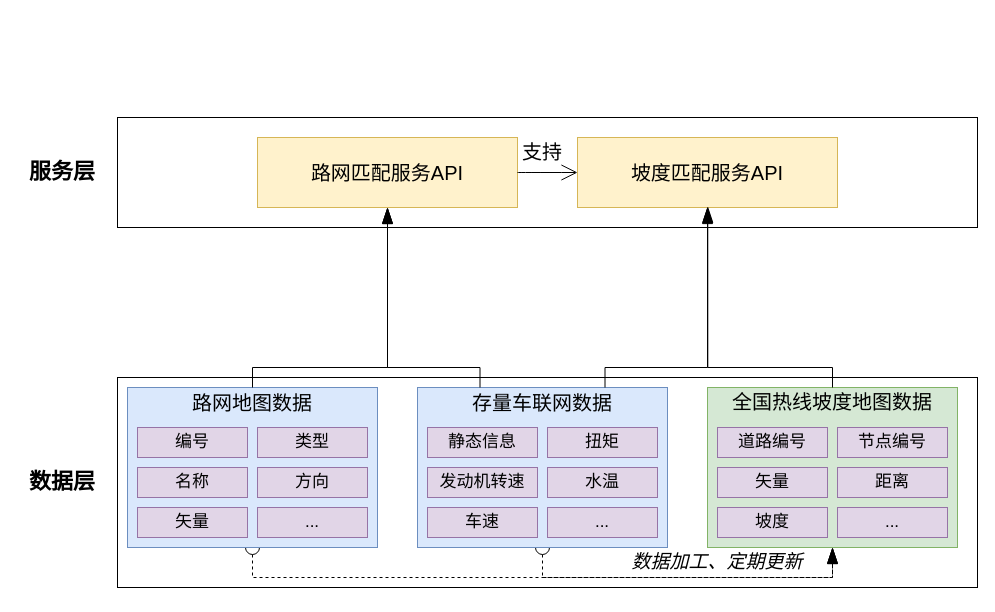
Before: 车联网数据地理信息匹配服务.drawio in wangwuhua11/draw, a draw.io diagram. Source tidied: cells renumbered, new cells numbered last; positions are measured from the earlier drawing's top-left corner, leaving out a move shared by most shapes. Both pictures are drawn from the tidied source at 100%, with x=0, y=0 at pixel (27, 117).
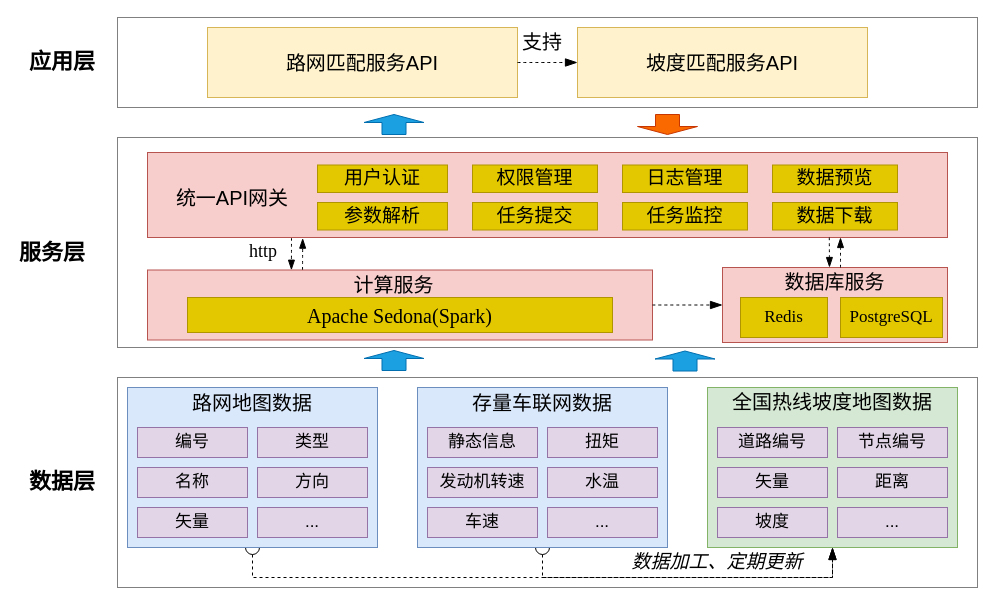
Above is the later version.

Commit message (it also covers changes not shown here):
更新车联网数据地理信息匹配服务.drawio

Unchanged cells that the change refers to:
```xml
<mxCell id="4" style="rounded=0;whiteSpace=wrap;html=1;fontFamily=宋体;fillColor=#d5e8d4;strokeColor=#82b366;" parent="1" vertex="1">
  <mxGeometry x="680" y="270" width="250" height="160" as="geometry" />
</mxCell>
<mxCell id="9" style="rounded=0;whiteSpace=wrap;html=1;fontFamily=宋体;fillColor=#dae8fc;strokeColor=#6c8ebf;" parent="1" vertex="1">
  <mxGeometry x="390" y="270" width="250" height="160" as="geometry" />
</mxCell>
<mxCell id="10" style="rounded=0;whiteSpace=wrap;html=1;fontFamily=宋体;fillColor=#dae8fc;strokeColor=#6c8ebf;" parent="1" vertex="1">
  <mxGeometry x="100" y="270" width="250" height="160" as="geometry" />
</mxCell>
```

Change to the diagram source:
```diff
@@
+    <mxCell id="41" style="rounded=0;whiteSpace=wrap;html=1;fontFamily=Architects Daughter;fillColor=none;strokeWidth=1;strokeColor=#808080;" parent="1" vertex="1">
+      <mxGeometry x="90" y="20" width="860" height="210" as="geometry" />
+    </mxCell>
-    <mxCell id="2" style="rounded=0;whiteSpace=wrap;html=1;fontFamily=Architects Daughter;fillColor=none;strokeWidth=1;" parent="1" vertex="1">
-      <mxGeometry x="90" width="860" height="110" as="geometry" />
+    <mxCell id="2" style="rounded=0;whiteSpace=wrap;html=1;fontFamily=Architects Daughter;fillColor=none;strokeWidth=1;strokeColor=#808080;" parent="1" vertex="1">
+      <mxGeometry x="90" y="-100" width="860" height="90" as="geometry" />
     </mxCell>
-    <mxCell id="3" style="rounded=0;whiteSpace=wrap;html=1;fontFamily=Architects Daughter;fillColor=none;strokeWidth=1;" parent="1" vertex="1">
+    <mxCell id="3" style="rounded=0;whiteSpace=wrap;html=1;fontFamily=Architects Daughter;fillColor=none;strokeWidth=1;strokeColor=#808080;" parent="1" vertex="1">
       <mxGeometry x="90" y="260" width="860" height="210" as="geometry" />
     </mxCell>
@@
-    <mxCell id="5" style="edgeStyle=orthogonalEdgeStyle;jettySize=auto;html=1;rounded=0;fontFamily=Architects Daughter;fontSize=16;startSize=14;endArrow=blockThin;endSize=14;sourcePerimeterSpacing=8;targetPerimeterSpacing=8;endFill=1;exitX=0.5;exitY=1;exitDx=0;exitDy=0;dashed=1;startArrow=oval;startFill=0;" parent="1" edge="1" source="10">
+    <mxCell id="5" style="edgeStyle=orthogonalEdgeStyle;jettySize=auto;html=1;rounded=0;fontFamily=Architects Daughter;fontSize=16;startSize=14;endArrow=blockThin;endSize=10;sourcePerimeterSpacing=8;targetPerimeterSpacing=8;endFill=1;exitX=0.5;exitY=1;exitDx=0;exitDy=0;dashed=1;startArrow=oval;startFill=0;" parent="1" edge="1" source="10">
       <mxGeometry relative="1" as="geometry">
         <mxPoint x="805" y="430" as="targetPoint" />
         <Array as="points">
           <mxPoint x="225" y="460" />
           <mxPoint x="805" y="460" />
         </Array>
       </mxGeometry>
     </mxCell>
-    <mxCell id="6" style="edgeStyle=orthogonalEdgeStyle;jettySize=auto;html=1;rounded=0;fontFamily=Architects Daughter;fontSize=16;startSize=14;endArrow=blockThin;endSize=14;sourcePerimeterSpacing=8;targetPerimeterSpacing=8;endFill=1;exitX=0.5;exitY=1;exitDx=0;exitDy=0;entryX=0.5;entryY=1;entryDx=0;entryDy=0;dashed=1;startArrow=oval;startFill=0;" parent="1" edge="1" source="9" target="4">
+    <mxCell id="6" style="edgeStyle=orthogonalEdgeStyle;jettySize=auto;html=1;rounded=0;fontFamily=Architects Daughter;fontSize=16;startSize=14;endArrow=blockThin;endSize=10;sourcePerimeterSpacing=8;targetPerimeterSpacing=8;endFill=1;exitX=0.5;exitY=1;exitDx=0;exitDy=0;entryX=0.5;entryY=1;entryDx=0;entryDy=0;dashed=1;startArrow=oval;startFill=0;" parent="1" edge="1" source="9" target="4">
       <mxGeometry relative="1" as="geometry">
         <Array as="points">
           <mxPoint x="515" y="460" />
           <mxPoint x="805" y="460" />
         </Array>
       </mxGeometry>
     </mxCell>
@@
     <mxCell id="8" value="&lt;font style=&quot;font-size: 20px;&quot;&gt;路网匹配服务API&lt;/font&gt;" style="rounded=0;whiteSpace=wrap;html=1;fontFamily=宋体;fillColor=#fff2cc;strokeColor=#d6b656;" parent="1" vertex="1">
-      <mxGeometry x="230" y="20" width="260" height="70" as="geometry" />
+      <mxGeometry x="180" y="-90" width="310" height="70" as="geometry" />
     </mxCell>
@@
     <mxCell id="11" value="&lt;font style=&quot;font-size: 20px;&quot;&gt;坡度匹配服务API&lt;/font&gt;" style="rounded=0;whiteSpace=wrap;html=1;fontFamily=宋体;fillColor=#fff2cc;strokeColor=#d6b656;" parent="1" vertex="1">
-      <mxGeometry x="550" y="20" width="260" height="70" as="geometry" />
+      <mxGeometry x="550" y="-90" width="290" height="70" as="geometry" />
     </mxCell>
@@
-    <mxCell id="13" value="&lt;b&gt;&lt;font style=&quot;font-size: 22px;&quot; face=&quot;宋体&quot;&gt;服务层&lt;/font&gt;&lt;/b&gt;" style="text;strokeColor=none;fillColor=none;html=1;align=center;verticalAlign=middle;whiteSpace=wrap;rounded=0;fontSize=20;fontFamily=Architects Daughter;" parent="1" vertex="1">
-      <mxGeometry y="40" width="70" height="30" as="geometry" />
+    <mxCell id="13" value="&lt;b&gt;&lt;font style=&quot;font-size: 22px;&quot; face=&quot;宋体&quot;&gt;应用层&lt;/font&gt;&lt;/b&gt;" style="text;strokeColor=none;fillColor=none;html=1;align=center;verticalAlign=middle;whiteSpace=wrap;rounded=0;fontSize=20;fontFamily=Architects Daughter;" parent="1" vertex="1">
+      <mxGeometry y="-70" width="70" height="30" as="geometry" />
     </mxCell>
-    <mxCell id="14" style="edgeStyle=none;jettySize=auto;html=1;rounded=0;fontFamily=Architects Daughter;fontSize=16;startSize=14;endArrow=open;endSize=14;sourcePerimeterSpacing=8;targetPerimeterSpacing=8;curved=1;exitX=1;exitY=0.5;exitDx=0;exitDy=0;entryX=0;entryY=0.5;entryDx=0;entryDy=0;" parent="1" edge="1" source="8" target="11">
+    <mxCell id="14" style="edgeStyle=none;jettySize=auto;html=1;rounded=0;fontFamily=Architects Daughter;fontSize=16;startSize=14;endArrow=blockThin;endSize=10;sourcePerimeterSpacing=8;targetPerimeterSpacing=8;curved=1;exitX=1;exitY=0.5;exitDx=0;exitDy=0;entryX=0;entryY=0.5;entryDx=0;entryDy=0;dashed=1;endFill=1;" parent="1" edge="1" source="8" target="11">
       <mxGeometry relative="1" as="geometry" />
     </mxCell>
     <mxCell id="15" value="&lt;font face=&quot;宋体&quot;&gt;支持&lt;/font&gt;" style="text;strokeColor=none;fillColor=none;html=1;align=center;verticalAlign=middle;whiteSpace=wrap;rounded=0;fontSize=20;fontFamily=Architects Daughter;" parent="1" vertex="1">
-      <mxGeometry x="490" y="20" width="50" height="30" as="geometry" />
+      <mxGeometry x="490" y="-90" width="50" height="30" as="geometry" />
     </mxCell>
-    <mxCell id="16" style="edgeStyle=orthogonalEdgeStyle;jettySize=auto;html=1;rounded=0;fontFamily=Architects Daughter;fontSize=16;startSize=14;endArrow=blockThin;endSize=14;sourcePerimeterSpacing=8;targetPerimeterSpacing=8;exitX=0.5;exitY=0;exitDx=0;exitDy=0;entryX=0.5;entryY=1;entryDx=0;entryDy=0;endFill=1;startArrow=none;startFill=0;" parent="1" edge="1" source="10" target="8">
-      <mxGeometry relative="1" as="geometry">
-        <Array as="points">
-          <mxPoint x="225" y="250" />
-          <mxPoint x="360" y="250" />
-        </Array>
-      </mxGeometry>
-    </mxCell>
-    <mxCell id="17" style="edgeStyle=orthogonalEdgeStyle;jettySize=auto;html=1;rounded=0;fontFamily=Architects Daughter;fontSize=16;startSize=14;endArrow=blockThin;endSize=14;sourcePerimeterSpacing=8;targetPerimeterSpacing=8;exitX=0.25;exitY=0;exitDx=0;exitDy=0;entryX=0.5;entryY=1;entryDx=0;entryDy=0;endFill=1;" parent="1" edge="1" source="9" target="8">
-      <mxGeometry relative="1" as="geometry">
-        <Array as="points">
-          <mxPoint x="453" y="250" />
-          <mxPoint x="360" y="250" />
-        </Array>
-      </mxGeometry>
-    </mxCell>
-    <mxCell id="18" style="edgeStyle=orthogonalEdgeStyle;jettySize=auto;html=1;rounded=0;fontFamily=Architects Daughter;fontSize=16;startSize=14;endArrow=blockThin;endSize=14;sourcePerimeterSpacing=8;targetPerimeterSpacing=8;exitX=0.75;exitY=0;exitDx=0;exitDy=0;entryX=0.5;entryY=1;entryDx=0;entryDy=0;endFill=1;" parent="1" edge="1" source="9" target="11">
-      <mxGeometry relative="1" as="geometry">
-        <Array as="points">
-          <mxPoint x="578" y="250" />
-          <mxPoint x="680" y="250" />
-        </Array>
-      </mxGeometry>
-    </mxCell>
-    <mxCell id="19" style="edgeStyle=orthogonalEdgeStyle;jettySize=auto;html=1;rounded=0;fontFamily=Architects Daughter;fontSize=16;startSize=14;endArrow=blockThin;endSize=14;sourcePerimeterSpacing=8;targetPerimeterSpacing=8;exitX=0.5;exitY=0;exitDx=0;exitDy=0;endFill=1;entryX=0.501;entryY=0.984;entryDx=0;entryDy=0;entryPerimeter=0;" parent="1" edge="1" source="4" target="11">
-      <mxGeometry relative="1" as="geometry">
-        <Array as="points">
-          <mxPoint x="805" y="250" />
-          <mxPoint x="680" y="250" />
-        </Array>
-      </mxGeometry>
-    </mxCell>
@@
+    <mxCell id="42" style="rounded=0;whiteSpace=wrap;html=1;fontFamily=宋体;fillColor=#f8cecc;strokeColor=#b85450;" parent="1" vertex="1">
+      <mxGeometry x="120" y="152.5" width="505" height="70" as="geometry" />
+    </mxCell>
+    <mxCell id="43" style="rounded=0;whiteSpace=wrap;html=1;fontFamily=Times New Roman;fillColor=#f8cecc;strokeColor=#b85450;" parent="1" vertex="1">
+      <mxGeometry x="695" y="150" width="225" height="75" as="geometry" />
+    </mxCell>
+    <mxCell id="44" style="rounded=0;whiteSpace=wrap;html=1;fontFamily=宋体;fillColor=#f8cecc;strokeColor=#b85450;" parent="1" vertex="1">
+      <mxGeometry x="120" y="35" width="800" height="85" as="geometry" />
+    </mxCell>
+    <mxCell id="45" value="Redis" style="rounded=0;whiteSpace=wrap;html=1;fontFamily=Times New Roman;fontSize=17;fillColor=#e3c800;fontColor=#000000;strokeColor=#B09500;" parent="1" vertex="1">
+      <mxGeometry x="713" y="180" width="87" height="40" as="geometry" />
+    </mxCell>
+    <mxCell id="46" value="PostgreSQL" style="rounded=0;whiteSpace=wrap;html=1;fontFamily=Times New Roman;fontSize=17;fillColor=#e3c800;fontColor=#000000;strokeColor=#B09500;" parent="1" vertex="1">
+      <mxGeometry x="813" y="180" width="102" height="40" as="geometry" />
+    </mxCell>
+    <mxCell id="47" value="&lt;font face=&quot;宋体&quot;&gt;数据库服务&lt;/font&gt;" style="text;strokeColor=none;fillColor=none;html=1;align=center;verticalAlign=middle;whiteSpace=wrap;rounded=0;fontSize=20;fontFamily=Architects Daughter;" parent="1" vertex="1">
+      <mxGeometry x="749" y="150" width="117" height="30" as="geometry" />
+    </mxCell>
+    <mxCell id="48" value="&lt;span style=&quot;font-family: &amp;quot;Times New Roman&amp;quot;; font-size: 20px;&quot;&gt;Apache Sedona(Spark)&lt;/span&gt;" style="rounded=0;whiteSpace=wrap;html=1;fontFamily=Architects Daughter;fillColor=#e3c800;fontColor=#000000;strokeColor=#B09500;" parent="1" vertex="1">
+      <mxGeometry x="160" y="180" width="425" height="35" as="geometry" />
+    </mxCell>
+    <mxCell id="49" value="&lt;font face=&quot;宋体&quot;&gt;计算服务&lt;/font&gt;" style="text;strokeColor=none;fillColor=none;html=1;align=center;verticalAlign=middle;whiteSpace=wrap;rounded=0;fontSize=20;fontFamily=Architects Daughter;" parent="1" vertex="1">
+      <mxGeometry x="308" y="152.5" width="117" height="30" as="geometry" />
+    </mxCell>
+    <mxCell id="50" value="&lt;font style=&quot;font-size: 18px;&quot; face=&quot;Times New Roman&quot;&gt;http&lt;/font&gt;" style="text;strokeColor=none;fillColor=none;html=1;align=center;verticalAlign=middle;whiteSpace=wrap;rounded=0;fontSize=18;fontFamily=Architects Daughter;" parent="1" vertex="1">
+      <mxGeometry x="211" y="121" width="50" height="25" as="geometry" />
+    </mxCell>
+    <mxCell id="51" style="edgeStyle=none;jettySize=auto;html=1;rounded=0;fontFamily=Architects Daughter;fontSize=16;startSize=14;endArrow=blockThin;endSize=10;sourcePerimeterSpacing=8;targetPerimeterSpacing=8;curved=1;exitX=1;exitY=0.5;exitDx=0;exitDy=0;dashed=1;endFill=1;entryX=0;entryY=0.5;entryDx=0;entryDy=0;" parent="1" edge="1" source="42" target="43">
+      <mxGeometry relative="1" as="geometry" />
+    </mxCell>
+    <mxCell id="52" value="&lt;span style=&quot;font-family: 宋体;&quot;&gt;统一API网关&lt;/span&gt;" style="text;strokeColor=none;fillColor=none;html=1;align=center;verticalAlign=middle;whiteSpace=wrap;rounded=0;fontSize=20;fontFamily=Architects Daughter;" parent="1" vertex="1">
+      <mxGeometry x="140" y="65.5" width="130" height="30" as="geometry" />
+    </mxCell>
+    <mxCell id="53" value="用户认证" style="rounded=0;whiteSpace=wrap;html=1;fontFamily=宋体;fontSize=19;fillColor=#e3c800;fontColor=#000000;strokeColor=#B09500;" parent="1" vertex="1">
+      <mxGeometry x="290" y="47.5" width="130" height="27.5" as="geometry" />
+    </mxCell>
+    <mxCell id="54" value="权限管理" style="rounded=0;whiteSpace=wrap;html=1;fontFamily=宋体;fontSize=19;fillColor=#e3c800;fontColor=#000000;strokeColor=#B09500;" parent="1" vertex="1">
+      <mxGeometry x="445" y="47.5" width="125" height="27.5" as="geometry" />
+    </mxCell>
+    <mxCell id="55" value="日志管理" style="rounded=0;whiteSpace=wrap;html=1;fontFamily=宋体;fontSize=19;fillColor=#e3c800;fontColor=#000000;strokeColor=#B09500;" parent="1" vertex="1">
+      <mxGeometry x="595" y="47.5" width="125" height="27.5" as="geometry" />
+    </mxCell>
+    <mxCell id="56" value="参数解析" style="rounded=0;whiteSpace=wrap;html=1;fontFamily=宋体;fontSize=19;fillColor=#e3c800;fontColor=#000000;strokeColor=#B09500;" parent="1" vertex="1">
+      <mxGeometry x="290" y="85" width="130" height="27.5" as="geometry" />
+    </mxCell>
+    <mxCell id="57" value="任务提交" style="rounded=0;whiteSpace=wrap;html=1;fontFamily=宋体;fontSize=19;fillColor=#e3c800;fontColor=#000000;strokeColor=#B09500;" parent="1" vertex="1">
+      <mxGeometry x="445" y="85" width="125" height="27.5" as="geometry" />
+    </mxCell>
+    <mxCell id="58" value="任务监控" style="rounded=0;whiteSpace=wrap;html=1;fontFamily=宋体;fontSize=19;fillColor=#e3c800;fontColor=#000000;strokeColor=#B09500;" parent="1" vertex="1">
+      <mxGeometry x="595" y="85" width="125" height="27.5" as="geometry" />
+    </mxCell>
+    <mxCell id="59" value="数据预览" style="rounded=0;whiteSpace=wrap;html=1;fontFamily=宋体;fontSize=19;fillColor=#e3c800;fontColor=#000000;strokeColor=#B09500;" parent="1" vertex="1">
+      <mxGeometry x="745" y="47.5" width="125" height="27.5" as="geometry" />
+    </mxCell>
+    <mxCell id="60" value="数据下载" style="rounded=0;whiteSpace=wrap;html=1;fontFamily=宋体;fontSize=19;fillColor=#e3c800;fontColor=#000000;strokeColor=#B09500;" parent="1" vertex="1">
+      <mxGeometry x="745" y="85" width="125" height="27.5" as="geometry" />
+    </mxCell>
+    <mxCell id="61" style="edgeStyle=none;jettySize=auto;html=1;rounded=0;fontFamily=Architects Daughter;fontSize=16;startSize=14;endArrow=blockThin;endSize=8;sourcePerimeterSpacing=8;targetPerimeterSpacing=8;curved=1;exitX=0.18;exitY=1.006;exitDx=0;exitDy=0;exitPerimeter=0;entryX=0.285;entryY=0.003;entryDx=0;entryDy=0;entryPerimeter=0;dashed=1;endFill=1;" parent="1" edge="1" source="44" target="42">
+      <mxGeometry relative="1" as="geometry" />
+    </mxCell>
+    <mxCell id="62" style="edgeStyle=none;jettySize=auto;html=1;rounded=0;fontFamily=Architects Daughter;fontSize=16;startSize=14;endArrow=blockThin;endSize=8;sourcePerimeterSpacing=8;targetPerimeterSpacing=8;curved=1;exitX=0.307;exitY=-0.004;exitDx=0;exitDy=0;exitPerimeter=0;dashed=1;endFill=1;entryX=0.194;entryY=1.008;entryDx=0;entryDy=0;entryPerimeter=0;" parent="1" edge="1" source="42" target="44">
+      <mxGeometry relative="1" as="geometry" />
+    </mxCell>
+    <mxCell id="63" style="edgeStyle=none;orthogonalLoop=1;jettySize=auto;html=1;rounded=0;fontFamily=Architects Daughter;fontSize=16;startSize=14;endArrow=blockThin;endSize=8;sourcePerimeterSpacing=8;targetPerimeterSpacing=8;curved=1;exitX=0.18;exitY=1.006;exitDx=0;exitDy=0;exitPerimeter=0;dashed=1;endFill=1;" parent="1" edge="1">
+      <mxGeometry relative="1" as="geometry">
+        <mxPoint x="801.8" y="120" as="sourcePoint" />
+        <mxPoint x="802" y="150" as="targetPoint" />
+      </mxGeometry>
+    </mxCell>
+    <mxCell id="64" style="edgeStyle=none;orthogonalLoop=1;jettySize=auto;html=1;rounded=0;fontFamily=Architects Daughter;fontSize=16;startSize=14;endArrow=blockThin;endSize=8;sourcePerimeterSpacing=8;targetPerimeterSpacing=8;curved=1;dashed=1;endFill=1;" parent="1" edge="1">
+      <mxGeometry relative="1" as="geometry">
+        <mxPoint x="813" y="150" as="sourcePoint" />
+        <mxPoint x="813" y="120" as="targetPoint" />
+      </mxGeometry>
+    </mxCell>
+    <mxCell id="65" value="&lt;b&gt;&lt;font style=&quot;font-size: 22px;&quot; face=&quot;宋体&quot;&gt;服务层&lt;/font&gt;&lt;/b&gt;" style="text;strokeColor=none;fillColor=none;html=1;align=center;verticalAlign=middle;whiteSpace=wrap;rounded=0;fontSize=20;fontFamily=Architects Daughter;" parent="1" vertex="1">
+      <mxGeometry x="-10" y="121" width="70" height="30" as="geometry" />
+    </mxCell>
+    <mxCell id="66" style="shape=singleArrow;whiteSpace=wrap;html=1;arrowWidth=0.4;arrowSize=0.4;fontFamily=Architects Daughter;rotation=-90;fillColor=#1ba1e2;fontColor=#ffffff;strokeColor=#006EAF;" parent="1" vertex="1">
+      <mxGeometry x="356.5" y="213" width="20" height="60" as="geometry" />
+    </mxCell>
+    <mxCell id="67" style="shape=singleArrow;whiteSpace=wrap;html=1;arrowWidth=0.4;arrowSize=0.4;fontFamily=Architects Daughter;rotation=-90;fillColor=#1ba1e2;fontColor=#ffffff;strokeColor=#006EAF;" parent="1" vertex="1">
+      <mxGeometry x="647.5" y="213.5" width="20" height="60" as="geometry" />
+    </mxCell>
+    <mxCell id="68" style="shape=singleArrow;whiteSpace=wrap;html=1;arrowWidth=0.4;arrowSize=0.4;fontFamily=Architects Daughter;rotation=-90;fillColor=#1ba1e2;strokeColor=#006EAF;fontColor=#ffffff;" parent="1" vertex="1">
+      <mxGeometry x="356.5" y="-23" width="20" height="60" as="geometry" />
+    </mxCell>
+    <mxCell id="69" style="shape=singleArrow;whiteSpace=wrap;html=1;arrowWidth=0.4;arrowSize=0.4;fontFamily=Architects Daughter;rotation=-90;direction=west;fillColor=#fa6800;fontColor=#000000;strokeColor=#C73500;" parent="1" vertex="1">
+      <mxGeometry x="630" y="-23" width="20" height="60" as="geometry" />
+    </mxCell>
```
